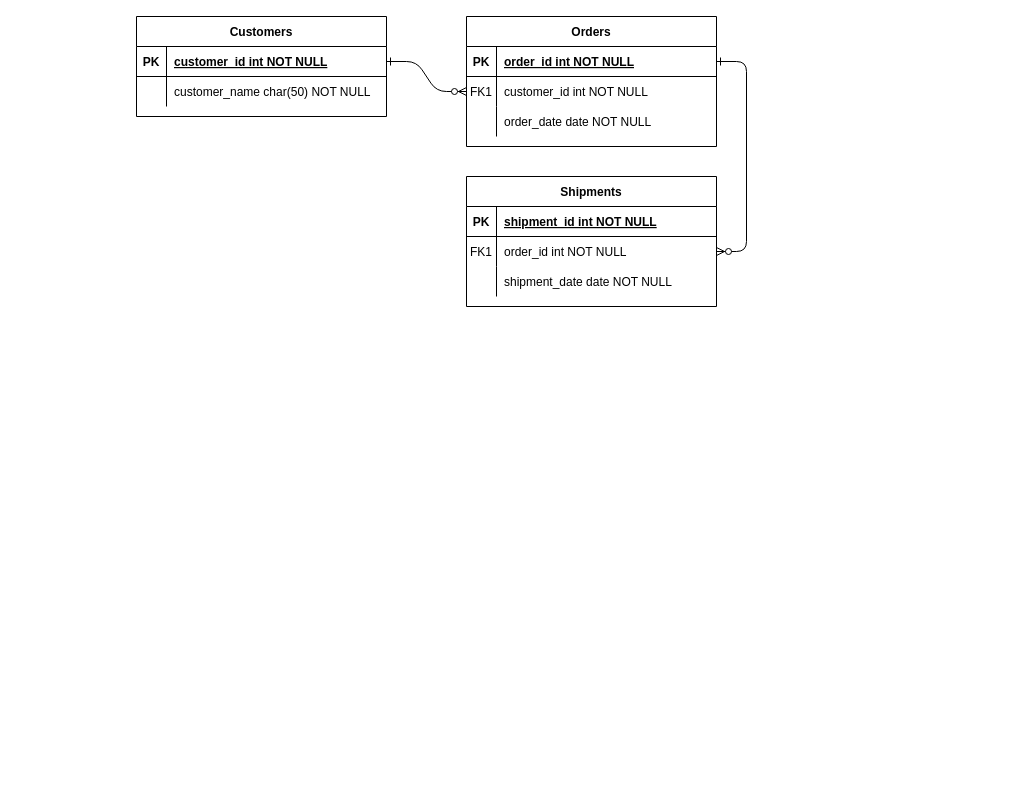
Above: Untitled Diagram.drawio in frizcool/frizcool (draw.io), before the change. Source tidied: cells renumbered, new cells numbered last; positions are measured from the earlier drawing's top-left corner, leaving out a move shared by most shapes. Both pictures are drawn from the tidied source at 100%, with x=0, y=0 at pixel (136, 16).
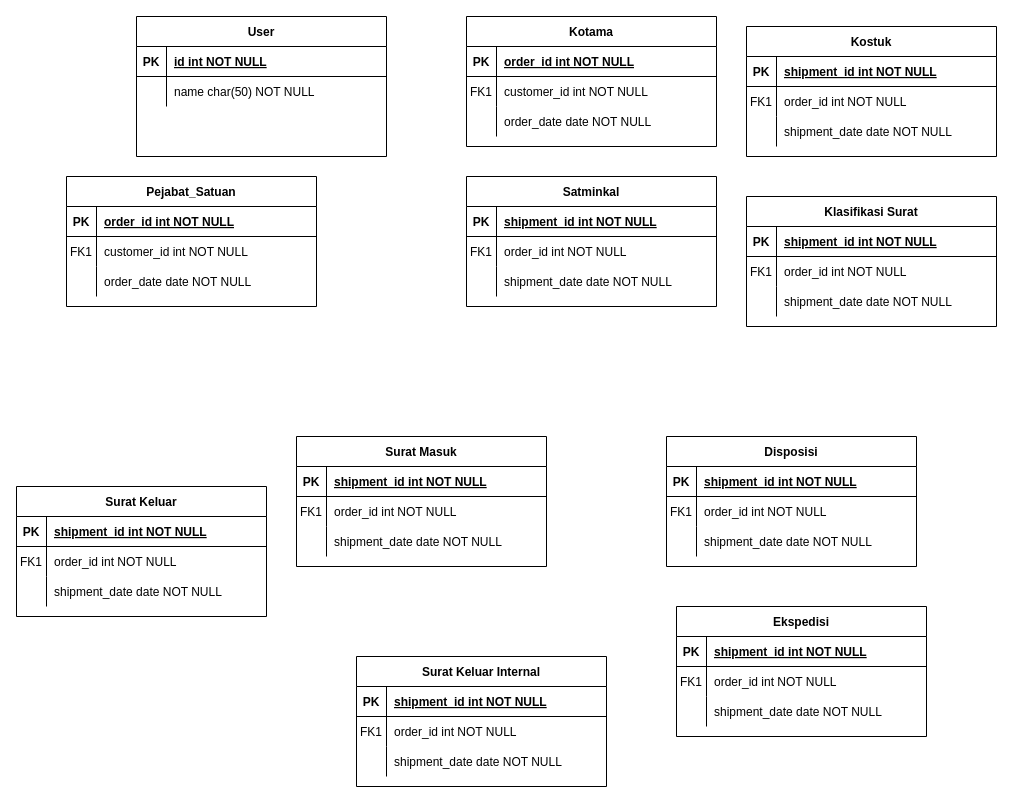
Above is the later version.

Commit message:
Erd e-office

The change refers to these unchanged cells:
```xml
<mxCell id="5" style="shape=partialRectangle;fillColor=none;points=[[0,0.5],[1,0.5]];portConstraint=eastwest;top=0;left=0;right=0;bottom=1;" parent="4" vertex="1">
  <mxGeometry y="30" width="250" height="30" as="geometry" />
</mxCell>
<mxCell id="8" style="shape=partialRectangle;fillColor=none;points=[[0,0.5],[1,0.5]];portConstraint=eastwest;top=0;left=0;right=0;bottom=0;" parent="4" vertex="1">
  <mxGeometry y="60" width="250" height="30" as="geometry" />
</mxCell>
<mxCell id="18" style="shape=partialRectangle;fillColor=none;points=[[0,0.5],[1,0.5]];portConstraint=eastwest;top=0;left=0;right=0;bottom=0;" parent="14" vertex="1">
  <mxGeometry y="60" width="250" height="30" as="geometry" />
</mxCell>
<mxCell id="25" style="shape=partialRectangle;fillColor=none;points=[[0,0.5],[1,0.5]];portConstraint=eastwest;top=0;left=0;right=0;bottom=1;" parent="24" vertex="1">
  <mxGeometry y="30" width="250" height="30" as="geometry" />
</mxCell>
<mxCell id="28" style="shape=partialRectangle;fillColor=none;top=0;left=0;right=0;bottom=0;" parent="24" vertex="1">
  <mxGeometry y="60" width="250" height="30" as="geometry" />
</mxCell>
```

The edit, as a diff of the source:
```diff
@@
-    <mxCell id="2" style="edgeStyle=entityRelationEdgeStyle;endArrow=ERzeroToMany;startArrow=ERone;endFill=1;startFill=0;" parent="1" edge="1" source="25" target="8">
-      <mxGeometry relative="1" as="geometry" />
-    </mxCell>
-    <mxCell id="3" style="edgeStyle=entityRelationEdgeStyle;endArrow=ERzeroToMany;startArrow=ERone;endFill=1;startFill=0;" parent="1" edge="1" source="5" target="18">
-      <mxGeometry relative="1" as="geometry" />
-    </mxCell>
-    <mxCell id="4" value="Orders" style="shape=table;startSize=30;childLayout=tableLayout;rowLines=0;fontStyle=1;align=center;" parent="1" vertex="1">
+    <mxCell id="4" value="Kotama" style="shape=table;startSize=30;childLayout=tableLayout;rowLines=0;fontStyle=1;align=center;" parent="1" vertex="1">
       <mxGeometry x="330" width="250" height="130" as="geometry" />
     </mxCell>
@@
-    <mxCell id="14" value="Shipments" style="shape=table;startSize=30;childLayout=tableLayout;rowLines=0;fontStyle=1;align=center;" parent="1" vertex="1">
+    <mxCell id="14" value="Satminkal" style="shape=table;startSize=30;childLayout=tableLayout;rowLines=0;fontStyle=1;align=center;" parent="1" vertex="1">
       <mxGeometry x="330" y="160" width="250" height="130" as="geometry" />
     </mxCell>
@@
-    <mxCell id="24" value="Customers" style="shape=table;startSize=30;childLayout=tableLayout;rowLines=0;fontStyle=1;align=center;" parent="1" vertex="1">
-      <mxGeometry width="250" height="100" as="geometry" />
+    <mxCell id="24" value="User" style="shape=table;startSize=30;childLayout=tableLayout;rowLines=0;fontStyle=1;align=center;" parent="1" vertex="1">
+      <mxGeometry width="250" height="140" as="geometry" />
     </mxCell>
@@
-    <mxCell id="27" value="customer_id int NOT NULL " style="shape=partialRectangle;overflow=hidden;fillColor=none;top=0;left=0;bottom=0;right=0;align=left;spacingLeft=6;fontStyle=5;" parent="25" vertex="1">
+    <mxCell id="27" value="id int NOT NULL " style="shape=partialRectangle;overflow=hidden;fillColor=none;top=0;left=0;bottom=0;right=0;align=left;spacingLeft=6;fontStyle=5;" parent="25" vertex="1">
       <mxGeometry x="30" width="220" height="30" as="geometry" />
     </mxCell>
@@
-    <mxCell id="30" value="customer_name char(50) NOT NULL" style="shape=partialRectangle;overflow=hidden;fillColor=none;top=0;left=0;bottom=0;right=0;align=left;spacingLeft=6;" parent="28" vertex="1">
+    <mxCell id="30" value="name char(50) NOT NULL" style="shape=partialRectangle;overflow=hidden;fillColor=none;top=0;left=0;bottom=0;right=0;align=left;spacingLeft=6;" parent="28" vertex="1">
       <mxGeometry x="30" width="220" height="30" as="geometry" />
     </mxCell>
+    <mxCell id="31" value="Pejabat_Satuan" style="shape=table;startSize=30;childLayout=tableLayout;rowLines=0;fontStyle=1;align=center;" parent="1" vertex="1">
+      <mxGeometry x="-70" y="160" width="250" height="130" as="geometry" />
+    </mxCell>
+    <mxCell id="32" style="shape=partialRectangle;fillColor=none;top=0;left=0;right=0;bottom=1;" parent="31" vertex="1">
+      <mxGeometry y="30" width="250" height="30" as="geometry" />
+    </mxCell>
+    <mxCell id="33" value="PK" style="shape=partialRectangle;overflow=hidden;fillColor=none;top=0;left=0;bottom=0;right=0;fontStyle=1;" parent="32" vertex="1">
+      <mxGeometry width="30" height="30" as="geometry" />
+    </mxCell>
+    <mxCell id="34" value="order_id int NOT NULL " style="shape=partialRectangle;overflow=hidden;fillColor=none;top=0;left=0;bottom=0;right=0;align=left;spacingLeft=6;fontStyle=5;" parent="32" vertex="1">
+      <mxGeometry x="30" width="220" height="30" as="geometry" />
+    </mxCell>
+    <mxCell id="35" style="shape=partialRectangle;fillColor=none;top=0;left=0;right=0;bottom=0;" parent="31" vertex="1">
+      <mxGeometry y="60" width="250" height="30" as="geometry" />
+    </mxCell>
+    <mxCell id="36" value="FK1" style="shape=partialRectangle;overflow=hidden;fillColor=none;top=0;left=0;bottom=0;right=0;" parent="35" vertex="1">
+      <mxGeometry width="30" height="30" as="geometry" />
+    </mxCell>
+    <mxCell id="37" value="customer_id int NOT NULL" style="shape=partialRectangle;overflow=hidden;fillColor=none;top=0;left=0;bottom=0;right=0;align=left;spacingLeft=6;" parent="35" vertex="1">
+      <mxGeometry x="30" width="220" height="30" as="geometry" />
+    </mxCell>
+    <mxCell id="38" style="shape=partialRectangle;fillColor=none;top=0;left=0;right=0;bottom=0;" parent="31" vertex="1">
+      <mxGeometry y="90" width="250" height="30" as="geometry" />
+    </mxCell>
+    <mxCell id="39" style="shape=partialRectangle;overflow=hidden;fillColor=none;top=0;left=0;bottom=0;right=0;" parent="38" vertex="1">
+      <mxGeometry width="30" height="30" as="geometry" />
+    </mxCell>
+    <mxCell id="40" value="order_date date NOT NULL" style="shape=partialRectangle;overflow=hidden;fillColor=none;top=0;left=0;bottom=0;right=0;align=left;spacingLeft=6;" parent="38" vertex="1">
+      <mxGeometry x="30" width="220" height="30" as="geometry" />
+    </mxCell>
+    <mxCell id="41" value="Kostuk" style="shape=table;startSize=30;childLayout=tableLayout;rowLines=0;fontStyle=1;align=center;" parent="1" vertex="1">
+      <mxGeometry x="610" y="10" width="250" height="130" as="geometry" />
+    </mxCell>
+    <mxCell id="42" style="shape=partialRectangle;fillColor=none;top=0;left=0;right=0;bottom=1;" parent="41" vertex="1">
+      <mxGeometry y="30" width="250" height="30" as="geometry" />
+    </mxCell>
+    <mxCell id="43" value="PK" style="shape=partialRectangle;overflow=hidden;fillColor=none;top=0;left=0;bottom=0;right=0;fontStyle=1;" parent="42" vertex="1">
+      <mxGeometry width="30" height="30" as="geometry" />
+    </mxCell>
+    <mxCell id="44" value="shipment_id int NOT NULL " style="shape=partialRectangle;overflow=hidden;fillColor=none;top=0;left=0;bottom=0;right=0;align=left;spacingLeft=6;fontStyle=5;" parent="42" vertex="1">
+      <mxGeometry x="30" width="220" height="30" as="geometry" />
+    </mxCell>
+    <mxCell id="45" style="shape=partialRectangle;fillColor=none;top=0;left=0;right=0;bottom=0;" parent="41" vertex="1">
+      <mxGeometry y="60" width="250" height="30" as="geometry" />
+    </mxCell>
+    <mxCell id="46" value="FK1" style="shape=partialRectangle;overflow=hidden;fillColor=none;top=0;left=0;bottom=0;right=0;" parent="45" vertex="1">
+      <mxGeometry width="30" height="30" as="geometry" />
+    </mxCell>
+    <mxCell id="47" value="order_id int NOT NULL" style="shape=partialRectangle;overflow=hidden;fillColor=none;top=0;left=0;bottom=0;right=0;align=left;spacingLeft=6;" parent="45" vertex="1">
+      <mxGeometry x="30" width="220" height="30" as="geometry" />
+    </mxCell>
+    <mxCell id="48" style="shape=partialRectangle;fillColor=none;top=0;left=0;right=0;bottom=0;" parent="41" vertex="1">
+      <mxGeometry y="90" width="250" height="30" as="geometry" />
+    </mxCell>
+    <mxCell id="49" style="shape=partialRectangle;overflow=hidden;fillColor=none;top=0;left=0;bottom=0;right=0;" parent="48" vertex="1">
+      <mxGeometry width="30" height="30" as="geometry" />
+    </mxCell>
+    <mxCell id="50" value="shipment_date date NOT NULL" style="shape=partialRectangle;overflow=hidden;fillColor=none;top=0;left=0;bottom=0;right=0;align=left;spacingLeft=6;" parent="48" vertex="1">
+      <mxGeometry x="30" width="220" height="30" as="geometry" />
+    </mxCell>
+    <mxCell id="51" value="Klasifikasi Surat" style="shape=table;startSize=30;childLayout=tableLayout;rowLines=0;fontStyle=1;align=center;" parent="1" vertex="1">
+      <mxGeometry x="610" y="180" width="250" height="130" as="geometry" />
+    </mxCell>
+    <mxCell id="52" style="shape=partialRectangle;fillColor=none;top=0;left=0;right=0;bottom=1;" parent="51" vertex="1">
+      <mxGeometry y="30" width="250" height="30" as="geometry" />
+    </mxCell>
+    <mxCell id="53" value="PK" style="shape=partialRectangle;overflow=hidden;fillColor=none;top=0;left=0;bottom=0;right=0;fontStyle=1;" parent="52" vertex="1">
+      <mxGeometry width="30" height="30" as="geometry" />
+    </mxCell>
+    <mxCell id="54" value="shipment_id int NOT NULL " style="shape=partialRectangle;overflow=hidden;fillColor=none;top=0;left=0;bottom=0;right=0;align=left;spacingLeft=6;fontStyle=5;" parent="52" vertex="1">
+      <mxGeometry x="30" width="220" height="30" as="geometry" />
+    </mxCell>
+    <mxCell id="55" style="shape=partialRectangle;fillColor=none;top=0;left=0;right=0;bottom=0;" parent="51" vertex="1">
+      <mxGeometry y="60" width="250" height="30" as="geometry" />
+    </mxCell>
+    <mxCell id="56" value="FK1" style="shape=partialRectangle;overflow=hidden;fillColor=none;top=0;left=0;bottom=0;right=0;" parent="55" vertex="1">
+      <mxGeometry width="30" height="30" as="geometry" />
+    </mxCell>
+    <mxCell id="57" value="order_id int NOT NULL" style="shape=partialRectangle;overflow=hidden;fillColor=none;top=0;left=0;bottom=0;right=0;align=left;spacingLeft=6;" parent="55" vertex="1">
+      <mxGeometry x="30" width="220" height="30" as="geometry" />
+    </mxCell>
+    <mxCell id="58" style="shape=partialRectangle;fillColor=none;top=0;left=0;right=0;bottom=0;" parent="51" vertex="1">
+      <mxGeometry y="90" width="250" height="30" as="geometry" />
+    </mxCell>
+    <mxCell id="59" style="shape=partialRectangle;overflow=hidden;fillColor=none;top=0;left=0;bottom=0;right=0;" parent="58" vertex="1">
+      <mxGeometry width="30" height="30" as="geometry" />
+    </mxCell>
+    <mxCell id="60" value="shipment_date date NOT NULL" style="shape=partialRectangle;overflow=hidden;fillColor=none;top=0;left=0;bottom=0;right=0;align=left;spacingLeft=6;" parent="58" vertex="1">
+      <mxGeometry x="30" width="220" height="30" as="geometry" />
+    </mxCell>
+    <mxCell id="61" value="Surat Masuk" style="shape=table;startSize=30;childLayout=tableLayout;rowLines=0;fontStyle=1;align=center;" parent="1" vertex="1">
+      <mxGeometry x="160" y="420" width="250" height="130" as="geometry" />
+    </mxCell>
+    <mxCell id="62" style="shape=partialRectangle;fillColor=none;top=0;left=0;right=0;bottom=1;" parent="61" vertex="1">
+      <mxGeometry y="30" width="250" height="30" as="geometry" />
+    </mxCell>
+    <mxCell id="63" value="PK" style="shape=partialRectangle;overflow=hidden;fillColor=none;top=0;left=0;bottom=0;right=0;fontStyle=1;" parent="62" vertex="1">
+      <mxGeometry width="30" height="30" as="geometry" />
+    </mxCell>
+    <mxCell id="64" value="shipment_id int NOT NULL " style="shape=partialRectangle;overflow=hidden;fillColor=none;top=0;left=0;bottom=0;right=0;align=left;spacingLeft=6;fontStyle=5;" parent="62" vertex="1">
+      <mxGeometry x="30" width="220" height="30" as="geometry" />
+    </mxCell>
+    <mxCell id="65" style="shape=partialRectangle;fillColor=none;top=0;left=0;right=0;bottom=0;" parent="61" vertex="1">
+      <mxGeometry y="60" width="250" height="30" as="geometry" />
+    </mxCell>
+    <mxCell id="66" value="FK1" style="shape=partialRectangle;overflow=hidden;fillColor=none;top=0;left=0;bottom=0;right=0;" parent="65" vertex="1">
+      <mxGeometry width="30" height="30" as="geometry" />
+    </mxCell>
+    <mxCell id="67" value="order_id int NOT NULL" style="shape=partialRectangle;overflow=hidden;fillColor=none;top=0;left=0;bottom=0;right=0;align=left;spacingLeft=6;" parent="65" vertex="1">
+      <mxGeometry x="30" width="220" height="30" as="geometry" />
+    </mxCell>
+    <mxCell id="68" style="shape=partialRectangle;fillColor=none;top=0;left=0;right=0;bottom=0;" parent="61" vertex="1">
+      <mxGeometry y="90" width="250" height="30" as="geometry" />
+    </mxCell>
+    <mxCell id="69" style="shape=partialRectangle;overflow=hidden;fillColor=none;top=0;left=0;bottom=0;right=0;" parent="68" vertex="1">
+      <mxGeometry width="30" height="30" as="geometry" />
+    </mxCell>
+    <mxCell id="70" value="shipment_date date NOT NULL" style="shape=partialRectangle;overflow=hidden;fillColor=none;top=0;left=0;bottom=0;right=0;align=left;spacingLeft=6;" parent="68" vertex="1">
+      <mxGeometry x="30" width="220" height="30" as="geometry" />
+    </mxCell>
+    <mxCell id="71" value="Disposisi" style="shape=table;startSize=30;childLayout=tableLayout;rowLines=0;fontStyle=1;align=center;" parent="1" vertex="1">
+      <mxGeometry x="530" y="420" width="250" height="130" as="geometry" />
+    </mxCell>
+    <mxCell id="72" style="shape=partialRectangle;fillColor=none;top=0;left=0;right=0;bottom=1;" parent="71" vertex="1">
+      <mxGeometry y="30" width="250" height="30" as="geometry" />
+    </mxCell>
+    <mxCell id="73" value="PK" style="shape=partialRectangle;overflow=hidden;fillColor=none;top=0;left=0;bottom=0;right=0;fontStyle=1;" parent="72" vertex="1">
+      <mxGeometry width="30" height="30" as="geometry" />
+    </mxCell>
+    <mxCell id="74" value="shipment_id int NOT NULL " style="shape=partialRectangle;overflow=hidden;fillColor=none;top=0;left=0;bottom=0;right=0;align=left;spacingLeft=6;fontStyle=5;" parent="72" vertex="1">
+      <mxGeometry x="30" width="220" height="30" as="geometry" />
+    </mxCell>
+    <mxCell id="75" style="shape=partialRectangle;fillColor=none;top=0;left=0;right=0;bottom=0;" parent="71" vertex="1">
+      <mxGeometry y="60" width="250" height="30" as="geometry" />
+    </mxCell>
+    <mxCell id="76" value="FK1" style="shape=partialRectangle;overflow=hidden;fillColor=none;top=0;left=0;bottom=0;right=0;" parent="75" vertex="1">
+      <mxGeometry width="30" height="30" as="geometry" />
+    </mxCell>
+    <mxCell id="77" value="order_id int NOT NULL" style="shape=partialRectangle;overflow=hidden;fillColor=none;top=0;left=0;bottom=0;right=0;align=left;spacingLeft=6;" parent="75" vertex="1">
+      <mxGeometry x="30" width="220" height="30" as="geometry" />
+    </mxCell>
+    <mxCell id="78" style="shape=partialRectangle;fillColor=none;top=0;left=0;right=0;bottom=0;" parent="71" vertex="1">
+      <mxGeometry y="90" width="250" height="30" as="geometry" />
+    </mxCell>
+    <mxCell id="79" style="shape=partialRectangle;overflow=hidden;fillColor=none;top=0;left=0;bottom=0;right=0;" parent="78" vertex="1">
+      <mxGeometry width="30" height="30" as="geometry" />
+    </mxCell>
+    <mxCell id="80" value="shipment_date date NOT NULL" style="shape=partialRectangle;overflow=hidden;fillColor=none;top=0;left=0;bottom=0;right=0;align=left;spacingLeft=6;" parent="78" vertex="1">
+      <mxGeometry x="30" width="220" height="30" as="geometry" />
+    </mxCell>
+    <mxCell id="81" value="Surat Keluar" style="shape=table;startSize=30;childLayout=tableLayout;rowLines=0;fontStyle=1;align=center;" parent="1" vertex="1">
+      <mxGeometry x="-120" y="470" width="250" height="130" as="geometry" />
+    </mxCell>
+    <mxCell id="82" style="shape=partialRectangle;fillColor=none;top=0;left=0;right=0;bottom=1;" parent="81" vertex="1">
+      <mxGeometry y="30" width="250" height="30" as="geometry" />
+    </mxCell>
+    <mxCell id="83" value="PK" style="shape=partialRectangle;overflow=hidden;fillColor=none;top=0;left=0;bottom=0;right=0;fontStyle=1;" parent="82" vertex="1">
+      <mxGeometry width="30" height="30" as="geometry" />
+    </mxCell>
+    <mxCell id="84" value="shipment_id int NOT NULL " style="shape=partialRectangle;overflow=hidden;fillColor=none;top=0;left=0;bottom=0;right=0;align=left;spacingLeft=6;fontStyle=5;" parent="82" vertex="1">
+      <mxGeometry x="30" width="220" height="30" as="geometry" />
+    </mxCell>
+    <mxCell id="85" style="shape=partialRectangle;fillColor=none;top=0;left=0;right=0;bottom=0;" parent="81" vertex="1">
+      <mxGeometry y="60" width="250" height="30" as="geometry" />
+    </mxCell>
+    <mxCell id="86" value="FK1" style="shape=partialRectangle;overflow=hidden;fillColor=none;top=0;left=0;bottom=0;right=0;" parent="85" vertex="1">
+      <mxGeometry width="30" height="30" as="geometry" />
+    </mxCell>
+    <mxCell id="87" value="order_id int NOT NULL" style="shape=partialRectangle;overflow=hidden;fillColor=none;top=0;left=0;bottom=0;right=0;align=left;spacingLeft=6;" parent="85" vertex="1">
+      <mxGeometry x="30" width="220" height="30" as="geometry" />
+    </mxCell>
+    <mxCell id="88" style="shape=partialRectangle;fillColor=none;top=0;left=0;right=0;bottom=0;" parent="81" vertex="1">
+      <mxGeometry y="90" width="250" height="30" as="geometry" />
+    </mxCell>
+    <mxCell id="89" style="shape=partialRectangle;overflow=hidden;fillColor=none;top=0;left=0;bottom=0;right=0;" parent="88" vertex="1">
+      <mxGeometry width="30" height="30" as="geometry" />
+    </mxCell>
+    <mxCell id="90" value="shipment_date date NOT NULL" style="shape=partialRectangle;overflow=hidden;fillColor=none;top=0;left=0;bottom=0;right=0;align=left;spacingLeft=6;" parent="88" vertex="1">
+      <mxGeometry x="30" width="220" height="30" as="geometry" />
+    </mxCell>
+    <mxCell id="91" value="Surat Keluar Internal" style="shape=table;startSize=30;childLayout=tableLayout;rowLines=0;fontStyle=1;align=center;" parent="1" vertex="1">
+      <mxGeometry x="220" y="640" width="250" height="130" as="geometry" />
+    </mxCell>
+    <mxCell id="92" style="shape=partialRectangle;fillColor=none;top=0;left=0;right=0;bottom=1;" parent="91" vertex="1">
+      <mxGeometry y="30" width="250" height="30" as="geometry" />
+    </mxCell>
+    <mxCell id="93" value="PK" style="shape=partialRectangle;overflow=hidden;fillColor=none;top=0;left=0;bottom=0;right=0;fontStyle=1;" parent="92" vertex="1">
+      <mxGeometry width="30" height="30" as="geometry" />
+    </mxCell>
+    <mxCell id="94" value="shipment_id int NOT NULL " style="shape=partialRectangle;overflow=hidden;fillColor=none;top=0;left=0;bottom=0;right=0;align=left;spacingLeft=6;fontStyle=5;" parent="92" vertex="1">
+      <mxGeometry x="30" width="220" height="30" as="geometry" />
+    </mxCell>
+    <mxCell id="95" style="shape=partialRectangle;fillColor=none;top=0;left=0;right=0;bottom=0;" parent="91" vertex="1">
+      <mxGeometry y="60" width="250" height="30" as="geometry" />
+    </mxCell>
+    <mxCell id="96" value="FK1" style="shape=partialRectangle;overflow=hidden;fillColor=none;top=0;left=0;bottom=0;right=0;" parent="95" vertex="1">
+      <mxGeometry width="30" height="30" as="geometry" />
+    </mxCell>
+    <mxCell id="97" value="order_id int NOT NULL" style="shape=partialRectangle;overflow=hidden;fillColor=none;top=0;left=0;bottom=0;right=0;align=left;spacingLeft=6;" parent="95" vertex="1">
+      <mxGeometry x="30" width="220" height="30" as="geometry" />
+    </mxCell>
+    <mxCell id="98" style="shape=partialRectangle;fillColor=none;top=0;left=0;right=0;bottom=0;" parent="91" vertex="1">
+      <mxGeometry y="90" width="250" height="30" as="geometry" />
+    </mxCell>
+    <mxCell id="99" style="shape=partialRectangle;overflow=hidden;fillColor=none;top=0;left=0;bottom=0;right=0;" parent="98" vertex="1">
+      <mxGeometry width="30" height="30" as="geometry" />
+    </mxCell>
+    <mxCell id="100" value="shipment_date date NOT NULL" style="shape=partialRectangle;overflow=hidden;fillColor=none;top=0;left=0;bottom=0;right=0;align=left;spacingLeft=6;" parent="98" vertex="1">
+      <mxGeometry x="30" width="220" height="30" as="geometry" />
+    </mxCell>
+    <mxCell id="101" value="Ekspedisi" style="shape=table;startSize=30;childLayout=tableLayout;rowLines=0;fontStyle=1;align=center;" parent="1" vertex="1">
+      <mxGeometry x="540" y="590" width="250" height="130" as="geometry" />
+    </mxCell>
+    <mxCell id="102" style="shape=partialRectangle;fillColor=none;top=0;left=0;right=0;bottom=1;" parent="101" vertex="1">
+      <mxGeometry y="30" width="250" height="30" as="geometry" />
+    </mxCell>
+    <mxCell id="103" value="PK" style="shape=partialRectangle;overflow=hidden;fillColor=none;top=0;left=0;bottom=0;right=0;fontStyle=1;" parent="102" vertex="1">
+      <mxGeometry width="30" height="30" as="geometry" />
+    </mxCell>
+    <mxCell id="104" value="shipment_id int NOT NULL " style="shape=partialRectangle;overflow=hidden;fillColor=none;top=0;left=0;bottom=0;right=0;align=left;spacingLeft=6;fontStyle=5;" parent="102" vertex="1">
+      <mxGeometry x="30" width="220" height="30" as="geometry" />
+    </mxCell>
+    <mxCell id="105" style="shape=partialRectangle;fillColor=none;top=0;left=0;right=0;bottom=0;" parent="101" vertex="1">
+      <mxGeometry y="60" width="250" height="30" as="geometry" />
+    </mxCell>
+    <mxCell id="106" value="FK1" style="shape=partialRectangle;overflow=hidden;fillColor=none;top=0;left=0;bottom=0;right=0;" parent="105" vertex="1">
+      <mxGeometry width="30" height="30" as="geometry" />
+    </mxCell>
+    <mxCell id="107" value="order_id int NOT NULL" style="shape=partialRectangle;overflow=hidden;fillColor=none;top=0;left=0;bottom=0;right=0;align=left;spacingLeft=6;" parent="105" vertex="1">
+      <mxGeometry x="30" width="220" height="30" as="geometry" />
+    </mxCell>
+    <mxCell id="108" style="shape=partialRectangle;fillColor=none;top=0;left=0;right=0;bottom=0;" parent="101" vertex="1">
+      <mxGeometry y="90" width="250" height="30" as="geometry" />
+    </mxCell>
+    <mxCell id="109" style="shape=partialRectangle;overflow=hidden;fillColor=none;top=0;left=0;bottom=0;right=0;" parent="108" vertex="1">
+      <mxGeometry width="30" height="30" as="geometry" />
+    </mxCell>
+    <mxCell id="110" value="shipment_date date NOT NULL" style="shape=partialRectangle;overflow=hidden;fillColor=none;top=0;left=0;bottom=0;right=0;align=left;spacingLeft=6;" parent="108" vertex="1">
+      <mxGeometry x="30" width="220" height="30" as="geometry" />
+    </mxCell>
```
